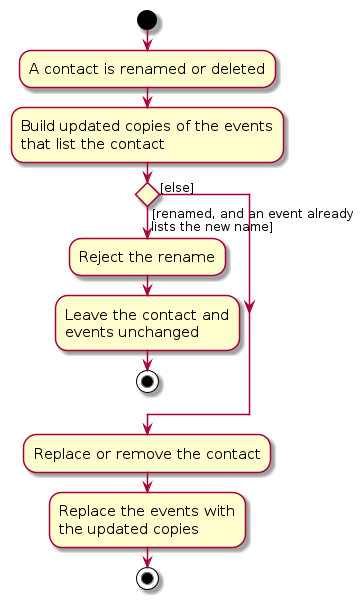
Before: diagrams/EventSyncActivityDiagram.png, a diagram exported from PlantUML (AY2627S1-CS2103T-W12-3/tp). Its source is kept beside it as diagrams/EventSyncActivityDiagram.puml.
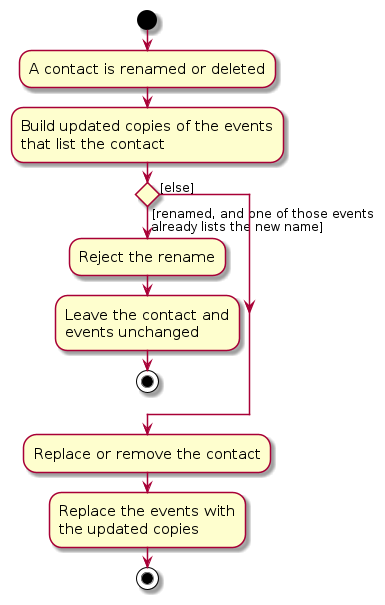
After the change.

Diff of the diagram source:
```diff
@@ -8,8 +8,8 @@
 that list the contact;
 
 
-if () then ([renamed, and an event already
-lists the new name])
+if () then ([renamed, and one of those events
+already lists the new name])
     :Reject the rename;
     :Leave the contact and
     events unchanged;
```
